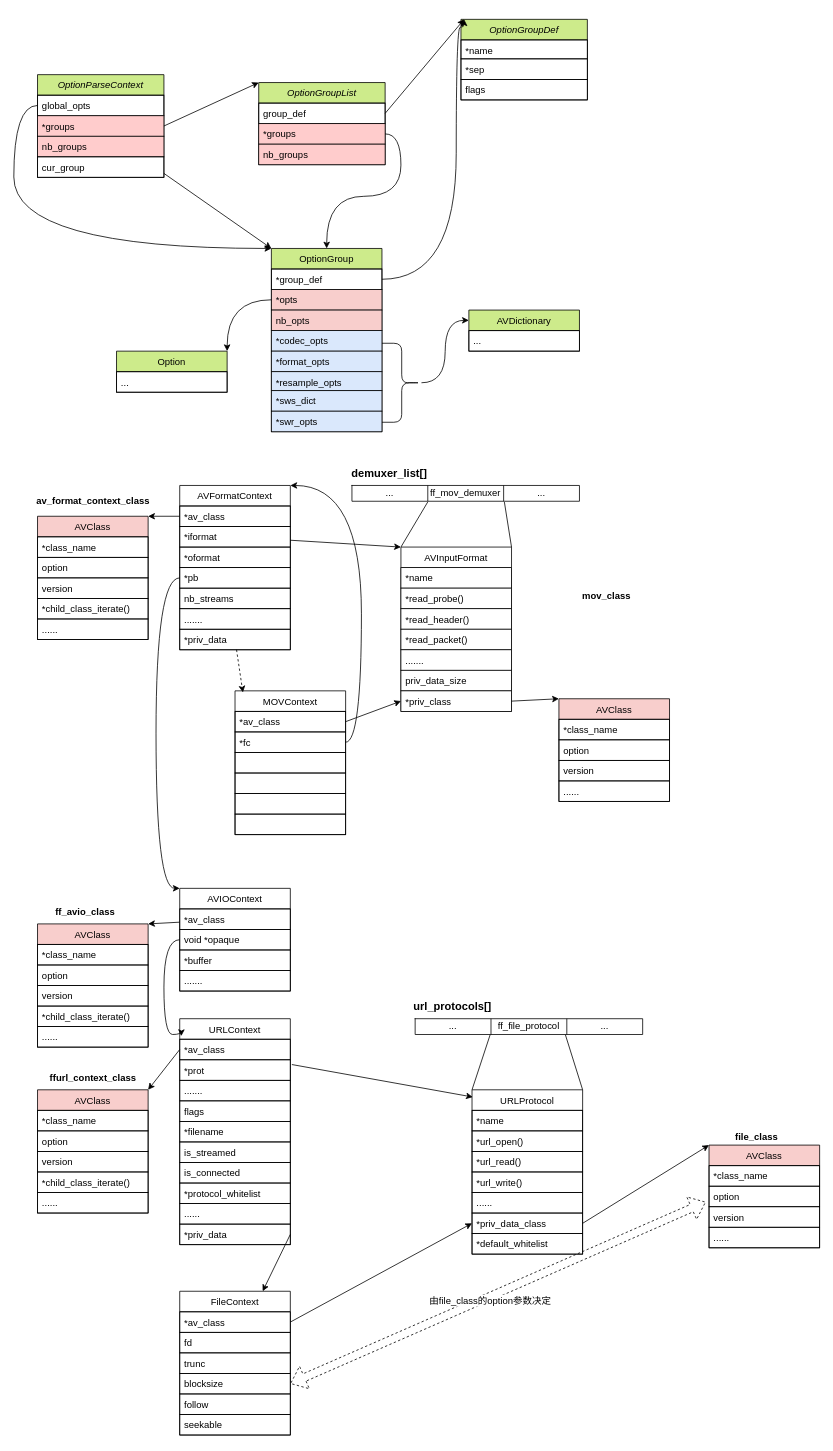
This is ffmpeg.drawio from qiaoshouxing/draw.io, a draw.io file, before an edit. Source tidied: cells renumbered, new cells numbered last; positions are measured from the earlier drawing's top-left corner, leaving out a move shared by most shapes. Both pictures are drawn from the tidied source at 79%, with x=0, y=0 at pixel (13, 19).
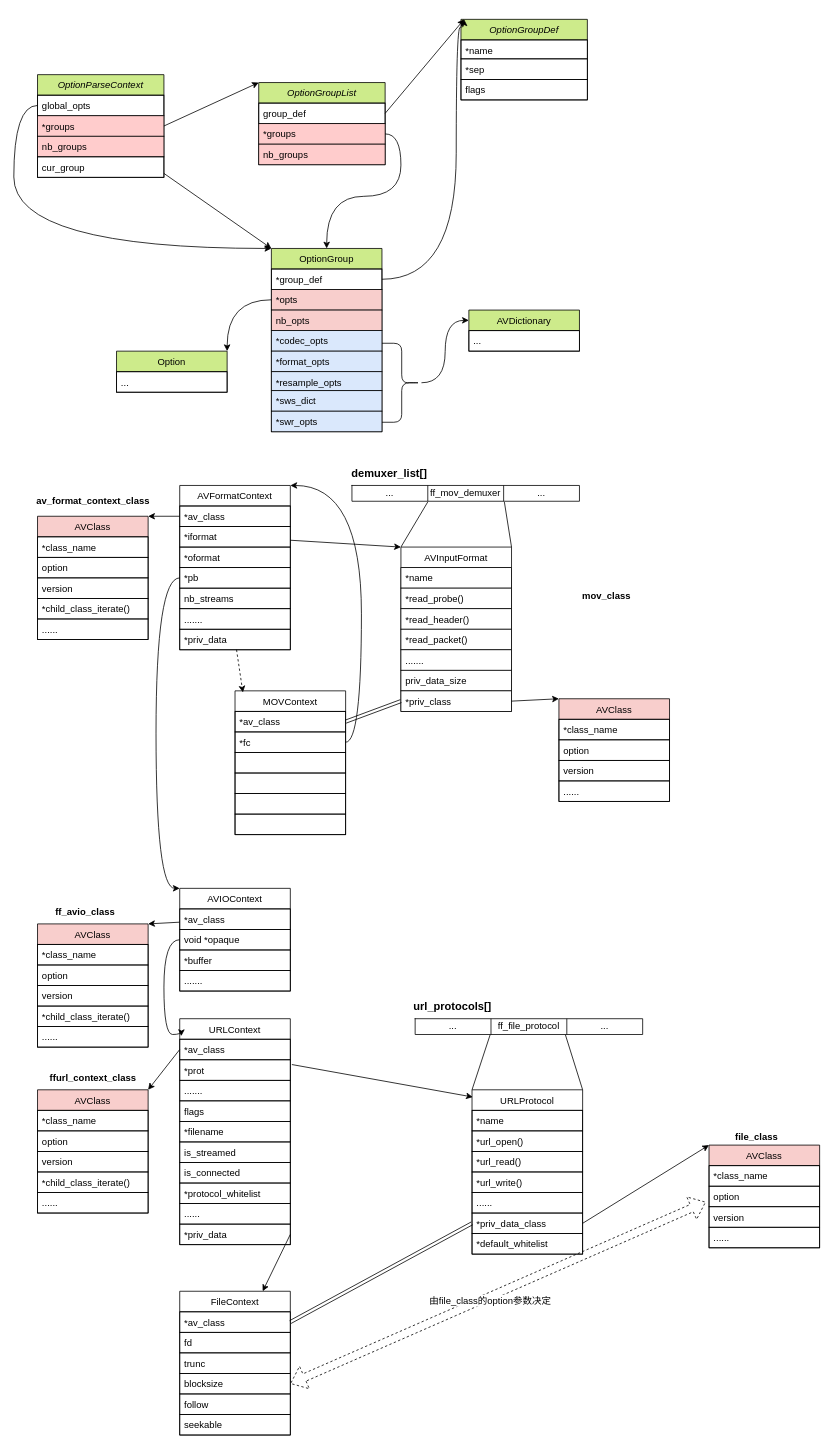
The same page after the edit.

The change refers to these unchanged cells:
```xml
<mxCell id="54" value="*priv_data_class" style="text;fillColor=none;align=left;verticalAlign=top;spacingLeft=4;spacingRight=4;overflow=hidden;points=[[0,0.5],[1,0.5]];portConstraint=eastwest;strokeColor=#000000;" parent="48" vertex="1">
  <mxGeometry y="156" width="140" height="26" as="geometry" />
</mxCell>
<mxCell id="95" value="*priv_class" style="text;align=left;verticalAlign=top;spacingLeft=4;spacingRight=4;overflow=hidden;points=[[0,0.5],[1,0.5]];portConstraint=eastwest;fillColor=#ffffff;strokeColor=#000000;" parent="88" vertex="1">
  <mxGeometry y="182" width="140" height="26" as="geometry" />
</mxCell>
<mxCell id="129" value="*av_class" style="text;fillColor=none;align=left;verticalAlign=top;spacingLeft=4;spacingRight=4;overflow=hidden;points=[[0,0.5],[1,0.5]];portConstraint=eastwest;strokeColor=#000000;" parent="128" vertex="1">
  <mxGeometry y="26" width="140" height="26" as="geometry" />
</mxCell>
<mxCell id="148" value="*av_class" style="text;fillColor=none;align=left;verticalAlign=top;spacingLeft=4;spacingRight=4;overflow=hidden;points=[[0,0.5],[1,0.5]];portConstraint=eastwest;strokeColor=#000000;" parent="147" vertex="1">
  <mxGeometry y="26" width="140" height="26" as="geometry" />
</mxCell>
```

What changed in the source:
```diff
@@
-    <mxCell id="143" style="edgeStyle=none;rounded=0;jettySize=auto;html=1;entryX=0;entryY=0.5;entryDx=0;entryDy=0;startArrow=none;startFill=0;endArrow=classic;endFill=1;strokeColor=#000000;fontSize=12;exitX=1;exitY=0.5;exitDx=0;exitDy=0;" parent="1" edge="1" source="129" target="54">
+    <mxCell id="143" style="edgeStyle=none;rounded=0;jettySize=auto;html=1;entryX=0;entryY=0.5;entryDx=0;entryDy=0;startArrow=none;startFill=0;endArrow=classic;endFill=1;strokeColor=#000000;fontSize=12;exitX=1;exitY=0.5;exitDx=0;exitDy=0;shape=link;" parent="1" edge="1" source="129" target="54">
       <mxGeometry relative="1" as="geometry" />
     </mxCell>
@@
-    <mxCell id="154" style="edgeStyle=none;rounded=0;jettySize=auto;html=1;entryX=0;entryY=0.5;entryDx=0;entryDy=0;startArrow=none;startFill=0;endArrow=classic;endFill=1;strokeColor=#000000;fontSize=12;exitX=1;exitY=0.5;exitDx=0;exitDy=0;" parent="1" edge="1" source="148" target="95">
+    <mxCell id="154" style="edgeStyle=none;rounded=0;jettySize=auto;html=1;entryX=0;entryY=0.5;entryDx=0;entryDy=0;startArrow=none;startFill=0;endArrow=classic;endFill=1;strokeColor=#000000;fontSize=12;exitX=1;exitY=0.5;exitDx=0;exitDy=0;shape=link;" parent="1" edge="1" source="148" target="95">
       <mxGeometry relative="1" as="geometry" />
     </mxCell>
```
